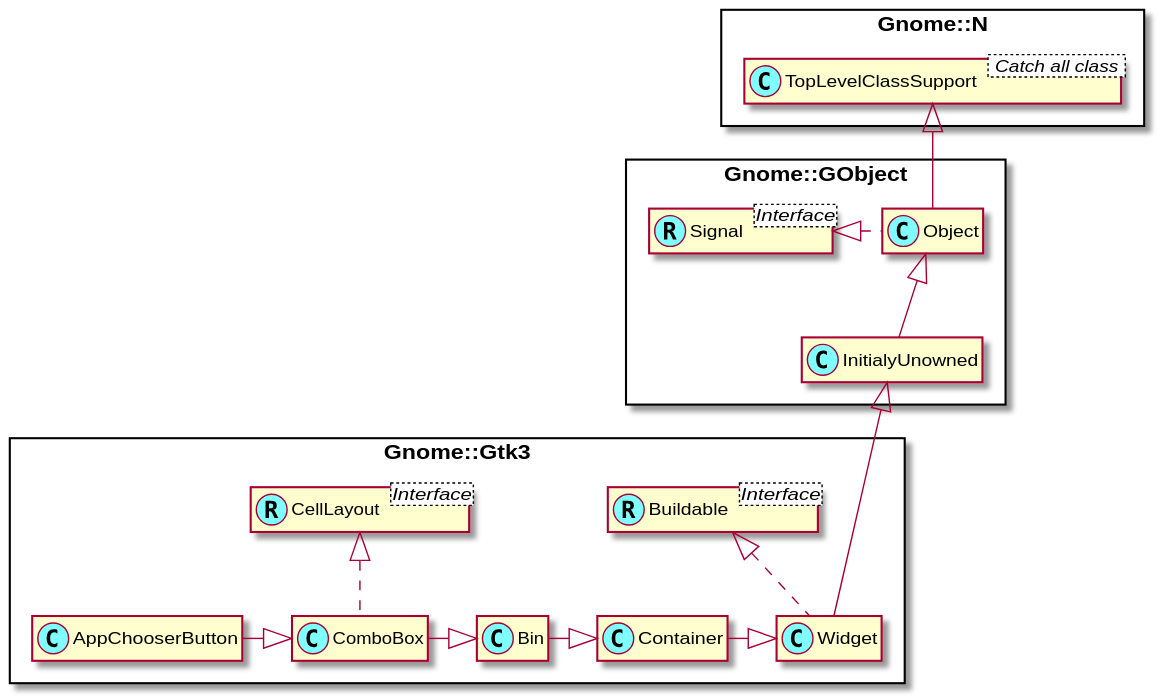
Above: docs/content-docs/reference/Gtk3/plantuml/AppChooserButton.svg in MARTIMM/gnome-gtk3 (PlantUML), before the change.
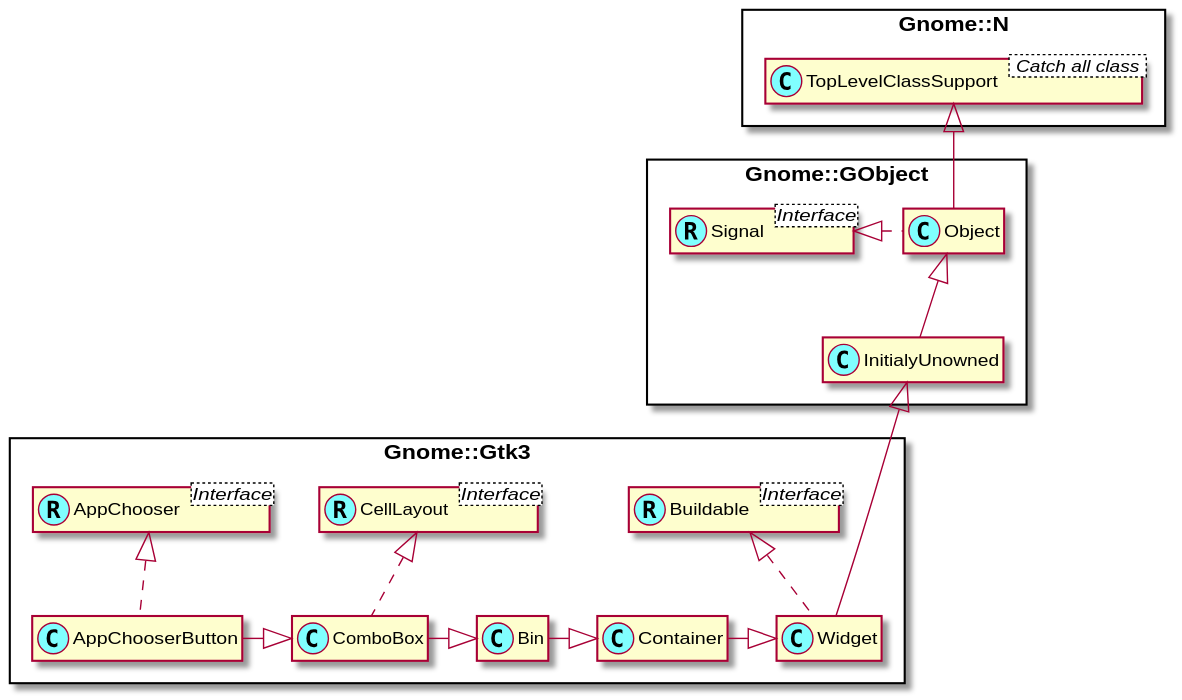
Later version of the same file.

Change to the diagram source:
```diff
@@ -16,6 +16,9 @@
 Interface Gnome::Gtk3::CellLayout <Interface>
 class Gnome::Gtk3::CellLayout <<(R,#80ffff)>>
 
+Interface Gnome::Gtk3::AppChooser <Interface>
+class Gnome::Gtk3::AppChooser <<(R,#80ffff)>>
+
 
 Gnome::N::TopLevelClassSupport <|-- Gnome::GObject::Object
 Gnome::GObject::InitialyUnowned <|--- Gnome::Gtk3::Widget
@@ -30,5 +33,6 @@
 Gnome::Gtk3::Bin <|-left- Gnome::Gtk3::ComboBox
 Gnome::Gtk3::ComboBox .up.|> Gnome::Gtk3::CellLayout
 Gnome::Gtk3::ComboBox <|-left- Gnome::Gtk3::AppChooserButton
+Gnome::Gtk3::AppChooserButton .up.|> Gnome::Gtk3::AppChooser
 
 @enduml
```
